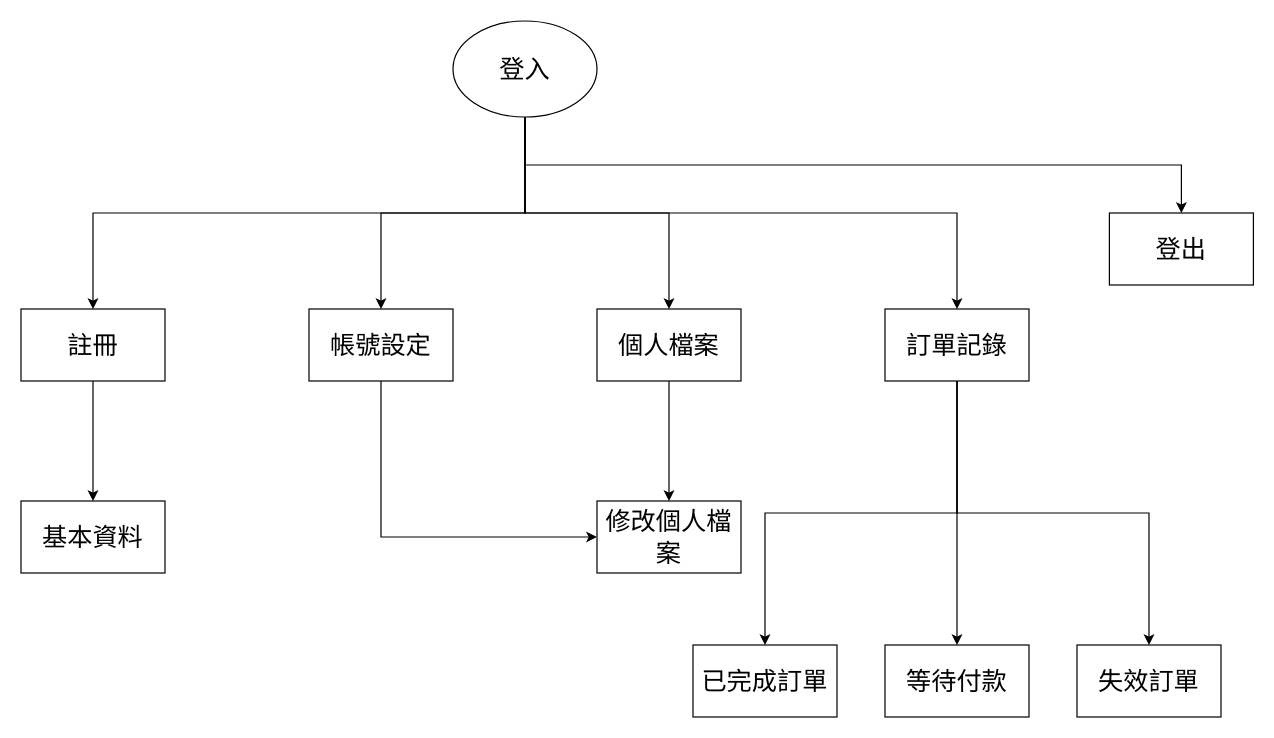
This is manual/workflow/會員管理製作流程圖.drawio from IIIEDUG02/SpecialTopic, a draw.io file, before an edit. Source tidied: cells renumbered, new cells numbered last; positions are measured from the earlier drawing's top-left corner, leaving out a move shared by most shapes. Both pictures are drawn from the tidied source at 120%, with x=0, y=0 at pixel (20, 20).
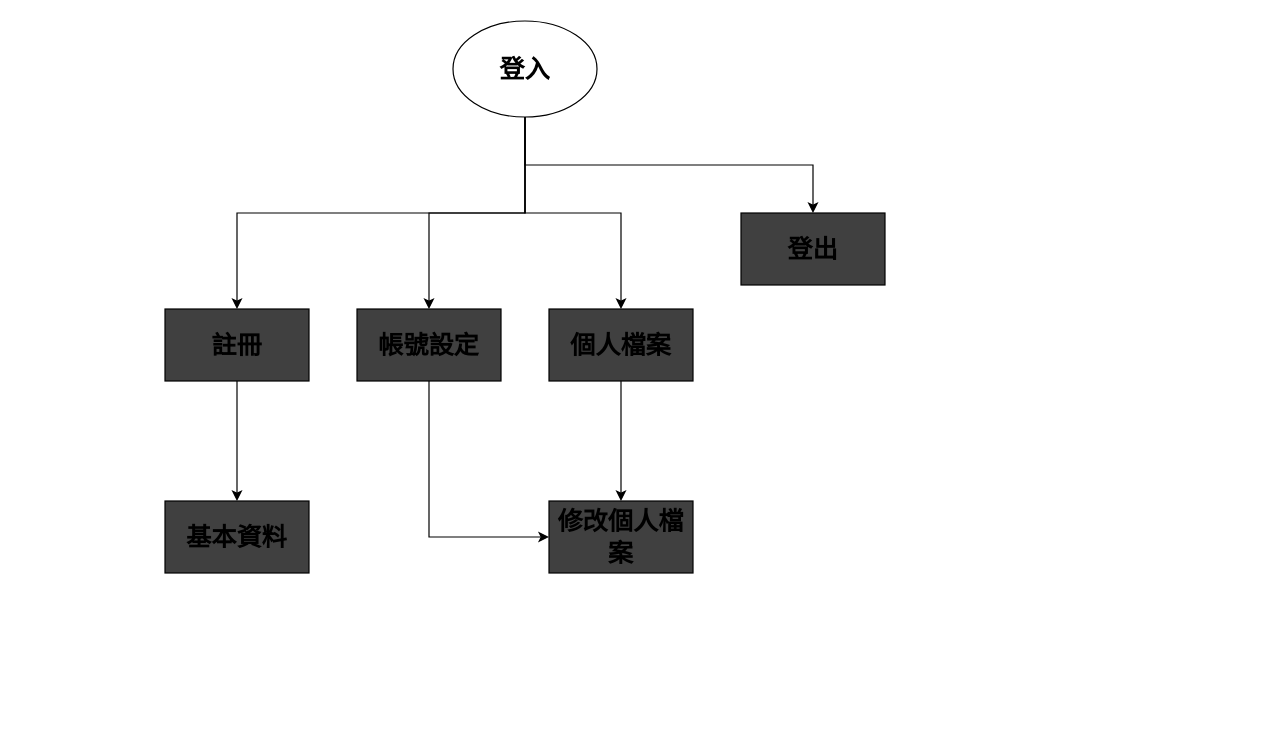
The same page after the edit.

Change to the diagram source:
```diff
@@
-    <mxCell id="5" style="edgeStyle=orthogonalEdgeStyle;rounded=0;jettySize=auto;html=1;exitX=0.5;exitY=1;exitDx=0;exitDy=0;entryX=0.5;entryY=0;entryDx=0;entryDy=0;fontSize=21;" parent="1" edge="1" source="7" target="17">
-      <mxGeometry relative="1" as="geometry" />
-    </mxCell>
@@
-    <mxCell id="7" value="&lt;font style=&quot;font-size: 21px&quot;&gt;登入&lt;/font&gt;" style="ellipse;whiteSpace=wrap;html=1;" parent="1" vertex="1">
+    <mxCell id="7" value="&lt;font style=&quot;font-size: 21px&quot;&gt;登入&lt;/font&gt;" style="ellipse;whiteSpace=wrap;html=1;fontStyle=1;" parent="1" vertex="1">
       <mxGeometry x="360" width="120" height="80" as="geometry" />
     </mxCell>
@@
-    <mxCell id="9" value="註冊" style="rounded=0;whiteSpace=wrap;html=1;fontSize=21;fillColor=#FFFFFF;" parent="1" vertex="1">
-      <mxGeometry y="240" width="120" height="60" as="geometry" />
+    <mxCell id="9" value="註冊" style="rounded=0;whiteSpace=wrap;html=1;fontSize=21;fillColor=#404040;fontStyle=1;" parent="1" vertex="1">
+      <mxGeometry x="120" y="240" width="120" height="60" as="geometry" />
     </mxCell>
@@
-    <mxCell id="11" value="帳號設定" style="rounded=0;whiteSpace=wrap;html=1;fontSize=21;fillColor=#FFFFFF;" parent="1" vertex="1">
-      <mxGeometry x="240" y="240" width="120" height="60" as="geometry" />
+    <mxCell id="11" value="帳號設定" style="rounded=0;whiteSpace=wrap;html=1;fontSize=21;fillColor=#404040;fontStyle=1;" parent="1" vertex="1">
+      <mxGeometry x="280" y="240" width="120" height="60" as="geometry" />
     </mxCell>
@@
-    <mxCell id="13" value="個人檔案" style="rounded=0;whiteSpace=wrap;html=1;fontSize=21;fillColor=#FFFFFF;" parent="1" vertex="1">
-      <mxGeometry x="480" y="240" width="120" height="60" as="geometry" />
+    <mxCell id="13" value="個人檔案" style="rounded=0;whiteSpace=wrap;html=1;fontSize=21;fillColor=#404040;fontStyle=1;" parent="1" vertex="1">
+      <mxGeometry x="440" y="240" width="120" height="60" as="geometry" />
     </mxCell>
-    <mxCell id="14" style="edgeStyle=orthogonalEdgeStyle;rounded=0;jettySize=auto;html=1;exitX=0.5;exitY=1;exitDx=0;exitDy=0;entryX=0.5;entryY=0;entryDx=0;entryDy=0;fontSize=21;" parent="1" edge="1" source="17" target="21">
-      <mxGeometry relative="1" as="geometry" />
-    </mxCell>
-    <mxCell id="15" style="edgeStyle=orthogonalEdgeStyle;rounded=0;jettySize=auto;html=1;exitX=0.5;exitY=1;exitDx=0;exitDy=0;entryX=0.5;entryY=0;entryDx=0;entryDy=0;fontSize=21;" parent="1" edge="1" source="17" target="22">
-      <mxGeometry relative="1" as="geometry" />
-    </mxCell>
-    <mxCell id="16" style="edgeStyle=orthogonalEdgeStyle;rounded=0;jettySize=auto;html=1;exitX=0.5;exitY=1;exitDx=0;exitDy=0;fontSize=21;" parent="1" edge="1" source="17" target="23">
-      <mxGeometry relative="1" as="geometry" />
-    </mxCell>
-    <mxCell id="17" value="訂單記錄" style="rounded=0;whiteSpace=wrap;html=1;fontSize=21;fillColor=#FFFFFF;" parent="1" vertex="1">
-      <mxGeometry x="720" y="240" width="120" height="60" as="geometry" />
-    </mxCell>
-    <mxCell id="18" value="登出" style="rounded=0;whiteSpace=wrap;html=1;fontSize=21;fillColor=#FFFFFF;" parent="1" vertex="1">
-      <mxGeometry x="907" y="160" width="120" height="60" as="geometry" />
+    <mxCell id="18" value="登出" style="rounded=0;whiteSpace=wrap;html=1;fontSize=21;fillColor=#404040;fontStyle=1;" parent="1" vertex="1">
+      <mxGeometry x="600" y="160" width="120" height="60" as="geometry" />
     </mxCell>
-    <mxCell id="19" value="基本資料" style="rounded=0;whiteSpace=wrap;html=1;fontSize=21;fillColor=#FFFFFF;" parent="1" vertex="1">
-      <mxGeometry y="400" width="120" height="60" as="geometry" />
+    <mxCell id="19" value="基本資料" style="rounded=0;whiteSpace=wrap;html=1;fontSize=21;fillColor=#404040;fontStyle=1;" parent="1" vertex="1">
+      <mxGeometry x="120" y="400" width="120" height="60" as="geometry" />
     </mxCell>
-    <mxCell id="20" value="修改個人檔案" style="rounded=0;whiteSpace=wrap;html=1;fontSize=21;fillColor=#FFFFFF;" parent="1" vertex="1">
-      <mxGeometry x="480" y="400" width="120" height="60" as="geometry" />
+    <mxCell id="20" value="修改個人檔案" style="rounded=0;whiteSpace=wrap;html=1;fontSize=21;fillColor=#404040;fontStyle=1;" parent="1" vertex="1">
+      <mxGeometry x="440" y="400" width="120" height="60" as="geometry" />
     </mxCell>
-    <mxCell id="21" value="已完成訂單" style="rounded=0;whiteSpace=wrap;html=1;fontSize=21;fillColor=#FFFFFF;" parent="1" vertex="1">
-      <mxGeometry x="560" y="520" width="120" height="60" as="geometry" />
-    </mxCell>
-    <mxCell id="22" value="等待付款" style="rounded=0;whiteSpace=wrap;html=1;fontSize=21;fillColor=#FFFFFF;" parent="1" vertex="1">
-      <mxGeometry x="720" y="520" width="120" height="60" as="geometry" />
-    </mxCell>
-    <mxCell id="23" value="失效訂單" style="rounded=0;whiteSpace=wrap;html=1;fontSize=21;fillColor=#FFFFFF;" parent="1" vertex="1">
-      <mxGeometry x="880" y="520" width="120" height="60" as="geometry" />
-    </mxCell>
```
